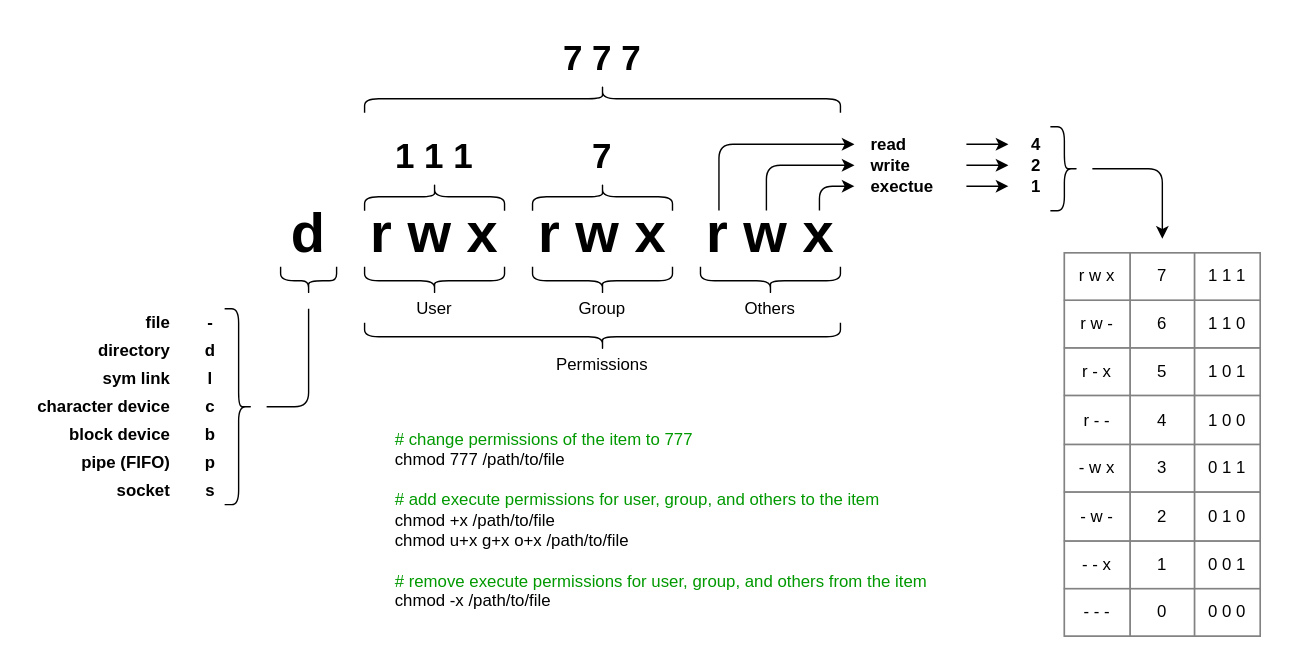
This is unix_rwx_cheat_pic/unix_rwx_transparent.svg from Turukmoorea/cheat_sheets, a draw.io export, as it was before one commit. Source tidied: cells renumbered, new cells last; positions are measured from the earlier drawing's top-left corner, leaving out a move shared by most shapes.
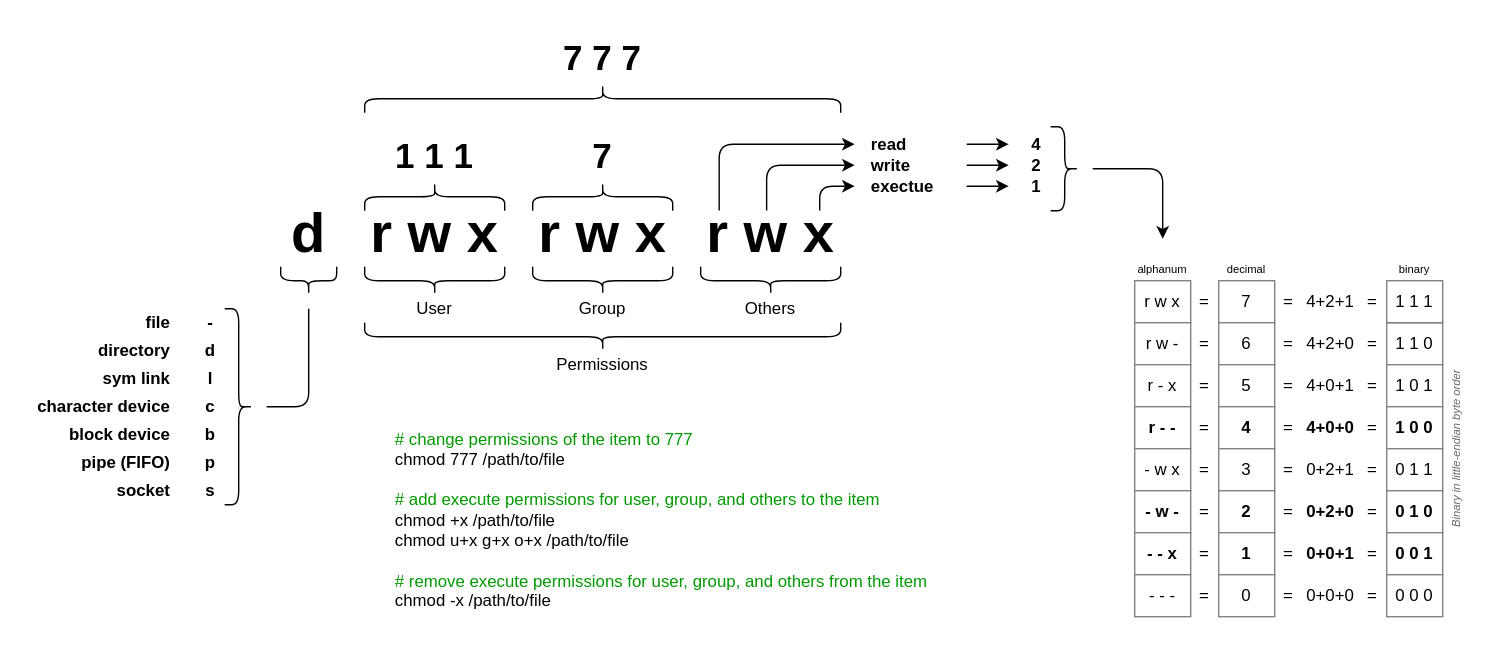
After the change.

Commit message:
update unix_rwx

Diff of the diagram source:
```diff
@@ -136,101 +136,2 @@
     </mxCell>
-    <mxCell id="44" style="shadow=0;fillColor=none;strokeWidth=1;strokeColor=#828282;" parent="1" vertex="1">
-      <mxGeometry x="740" y="280" width="140" height="274" as="geometry" />
-    </mxCell>
-    <mxCell id="45" style="shape=tableRow;horizontal=0;startSize=0;swimlaneHead=0;swimlaneBody=0;top=0;left=0;bottom=0;right=0;fontStyle=0;fillColor=none;strokeColor=#828282;" parent="44" vertex="1">
-      <mxGeometry width="140" height="34" as="geometry" />
-    </mxCell>
-    <mxCell id="46" value="r w x" style="strokeColor=#828282;fillColor=none;align=center;whiteSpace=wrap;html=1;" parent="45" vertex="1">
-      <mxGeometry width="47" height="34" as="geometry" />
-    </mxCell>
-    <mxCell id="47" value="7" style="strokeColor=#828282;fillColor=none;align=center;whiteSpace=wrap;html=1;" parent="45" vertex="1">
-      <mxGeometry x="47" width="46" height="34" as="geometry" />
-    </mxCell>
-    <mxCell id="48" value="1 1 1" style="strokeColor=#828282;fillColor=none;align=center;whiteSpace=wrap;html=1;" parent="45" vertex="1">
-      <mxGeometry x="93" width="47" height="34" as="geometry" />
-    </mxCell>
-    <mxCell id="49" style="shape=tableRow;horizontal=0;startSize=0;swimlaneHead=0;swimlaneBody=0;top=0;left=0;bottom=0;right=0;fontStyle=0;fillColor=none;strokeColor=#828282;" parent="44" vertex="1">
-      <mxGeometry y="34" width="140" height="34" as="geometry" />
-    </mxCell>
-    <mxCell id="50" value="r w -" style="strokeColor=#828282;fillColor=none;align=center;whiteSpace=wrap;html=1;" parent="49" vertex="1">
-      <mxGeometry width="47" height="34" as="geometry" />
-    </mxCell>
-    <mxCell id="51" value="6" style="strokeColor=#828282;fillColor=none;align=center;whiteSpace=wrap;html=1;" parent="49" vertex="1">
-      <mxGeometry x="47" width="46" height="34" as="geometry" />
-    </mxCell>
-    <mxCell id="52" value="1 1 0" style="strokeColor=#828282;fillColor=none;align=center;whiteSpace=wrap;html=1;" parent="49" vertex="1">
-      <mxGeometry x="93" width="47" height="34" as="geometry" />
-    </mxCell>
-    <mxCell id="53" style="shape=tableRow;horizontal=0;startSize=0;swimlaneHead=0;swimlaneBody=0;top=0;left=0;bottom=0;right=0;fontStyle=0;fillColor=none;strokeColor=#828282;" parent="44" vertex="1">
-      <mxGeometry y="68" width="140" height="34" as="geometry" />
-    </mxCell>
-    <mxCell id="54" value="r - x" style="strokeColor=#828282;fillColor=none;align=center;whiteSpace=wrap;html=1;" parent="53" vertex="1">
-      <mxGeometry width="47" height="34" as="geometry" />
-    </mxCell>
-    <mxCell id="55" value="5" style="strokeColor=#828282;fillColor=none;align=center;whiteSpace=wrap;html=1;" parent="53" vertex="1">
-      <mxGeometry x="47" width="46" height="34" as="geometry" />
-    </mxCell>
-    <mxCell id="56" value="1 0 1" style="strokeColor=#828282;fillColor=none;align=center;whiteSpace=wrap;html=1;" parent="53" vertex="1">
-      <mxGeometry x="93" width="47" height="34" as="geometry" />
-    </mxCell>
-    <mxCell id="57" style="shape=tableRow;horizontal=0;startSize=0;swimlaneHead=0;swimlaneBody=0;top=0;left=0;bottom=0;right=0;fontStyle=0;fillColor=none;strokeColor=#828282;" parent="44" vertex="1">
-      <mxGeometry y="102" width="140" height="35" as="geometry" />
-    </mxCell>
-    <mxCell id="58" value="r - -" style="strokeColor=#828282;fillColor=none;align=center;whiteSpace=wrap;html=1;" parent="57" vertex="1">
-      <mxGeometry width="47" height="35" as="geometry" />
-    </mxCell>
-    <mxCell id="59" value="4" style="strokeColor=#828282;fillColor=none;align=center;whiteSpace=wrap;html=1;" parent="57" vertex="1">
-      <mxGeometry x="47" width="46" height="35" as="geometry" />
-    </mxCell>
-    <mxCell id="60" value="1 0 0" style="strokeColor=#828282;fillColor=none;align=center;whiteSpace=wrap;html=1;" parent="57" vertex="1">
-      <mxGeometry x="93" width="47" height="35" as="geometry" />
-    </mxCell>
-    <mxCell id="61" style="shape=tableRow;horizontal=0;startSize=0;swimlaneHead=0;swimlaneBody=0;top=0;left=0;bottom=0;right=0;fontStyle=0;fillColor=none;strokeColor=#828282;" parent="44" vertex="1">
-      <mxGeometry y="137" width="140" height="34" as="geometry" />
-    </mxCell>
-    <mxCell id="62" value="- w x" style="strokeColor=#828282;fillColor=none;align=center;whiteSpace=wrap;html=1;" parent="61" vertex="1">
-      <mxGeometry width="47" height="34" as="geometry" />
-    </mxCell>
-    <mxCell id="63" value="3" style="strokeColor=#828282;fillColor=none;align=center;whiteSpace=wrap;html=1;" parent="61" vertex="1">
-      <mxGeometry x="47" width="46" height="34" as="geometry" />
-    </mxCell>
-    <mxCell id="64" value="0 1 1" style="strokeColor=#828282;fillColor=none;align=center;whiteSpace=wrap;html=1;" parent="61" vertex="1">
-      <mxGeometry x="93" width="47" height="34" as="geometry" />
-    </mxCell>
-    <mxCell id="65" style="shape=tableRow;horizontal=0;startSize=0;swimlaneHead=0;swimlaneBody=0;top=0;left=0;bottom=0;right=0;fontStyle=0;fillColor=none;strokeColor=#828282;" parent="44" vertex="1">
-      <mxGeometry y="171" width="140" height="35" as="geometry" />
-    </mxCell>
-    <mxCell id="66" value="- w -" style="strokeColor=#828282;fillColor=none;align=center;whiteSpace=wrap;html=1;" parent="65" vertex="1">
-      <mxGeometry width="47" height="35" as="geometry" />
-    </mxCell>
-    <mxCell id="67" value="2" style="strokeColor=#828282;fillColor=none;align=center;whiteSpace=wrap;html=1;" parent="65" vertex="1">
-      <mxGeometry x="47" width="46" height="35" as="geometry" />
-    </mxCell>
-    <mxCell id="68" value="0 1 0" style="strokeColor=#828282;fillColor=none;align=center;whiteSpace=wrap;html=1;" parent="65" vertex="1">
-      <mxGeometry x="93" width="47" height="35" as="geometry" />
-    </mxCell>
-    <mxCell id="69" style="shape=tableRow;horizontal=0;startSize=0;swimlaneHead=0;swimlaneBody=0;top=0;left=0;bottom=0;right=0;fontStyle=0;fillColor=none;strokeColor=#828282;" parent="44" vertex="1">
-      <mxGeometry y="206" width="140" height="34" as="geometry" />
-    </mxCell>
-    <mxCell id="70" value="- - x" style="strokeColor=#828282;fillColor=none;align=center;whiteSpace=wrap;html=1;" parent="69" vertex="1">
-      <mxGeometry width="47" height="34" as="geometry" />
-    </mxCell>
-    <mxCell id="71" value="1" style="strokeColor=#828282;fillColor=none;align=center;whiteSpace=wrap;html=1;" parent="69" vertex="1">
-      <mxGeometry x="47" width="46" height="34" as="geometry" />
-    </mxCell>
-    <mxCell id="72" value="0 0 1" style="strokeColor=#828282;fillColor=none;align=center;whiteSpace=wrap;html=1;" parent="69" vertex="1">
-      <mxGeometry x="93" width="47" height="34" as="geometry" />
-    </mxCell>
-    <mxCell id="73" style="shape=tableRow;horizontal=0;startSize=0;swimlaneHead=0;swimlaneBody=0;top=0;left=0;bottom=0;right=0;fontStyle=0;fillColor=none;strokeColor=#828282;" parent="44" vertex="1">
-      <mxGeometry y="240" width="140" height="34" as="geometry" />
-    </mxCell>
-    <mxCell id="74" value="- - -" style="strokeColor=#828282;fillColor=none;align=center;whiteSpace=wrap;html=1;" parent="73" vertex="1">
-      <mxGeometry width="47" height="34" as="geometry" />
-    </mxCell>
-    <mxCell id="75" value="0" style="strokeColor=#828282;fillColor=none;align=center;whiteSpace=wrap;html=1;" parent="73" vertex="1">
-      <mxGeometry x="47" width="46" height="34" as="geometry" />
-    </mxCell>
-    <mxCell id="76" value="0 0 0" style="strokeColor=#828282;fillColor=none;align=center;whiteSpace=wrap;html=1;" parent="73" vertex="1">
-      <mxGeometry x="93" width="47" height="34" as="geometry" />
-    </mxCell>
     <mxCell id="77" style="shape=curlyBracket;whiteSpace=wrap;html=1;rounded=1;labelPosition=left;verticalLabelPosition=middle;align=right;verticalAlign=middle;rotation=-180;" parent="1" vertex="1">
@@ -265,2 +166,203 @@
     </mxCell>
+    <mxCell id="85" value="alphanum" style="text;html=1;align=center;verticalAlign=bottom;whiteSpace=wrap;rounded=0;fontSize=8;" parent="1" vertex="1">
+      <mxGeometry x="790" y="280" width="40" height="20" as="geometry" />
+    </mxCell>
+    <mxCell id="86" value="decimal" style="text;html=1;align=center;verticalAlign=bottom;whiteSpace=wrap;rounded=0;fontSize=8;" parent="1" vertex="1">
+      <mxGeometry x="850" y="280" width="40" height="20" as="geometry" />
+    </mxCell>
+    <mxCell id="87" value="binary" style="text;html=1;align=center;verticalAlign=bottom;whiteSpace=wrap;rounded=0;fontSize=8;" parent="1" vertex="1">
+      <mxGeometry x="970" y="280" width="40" height="20" as="geometry" />
+    </mxCell>
+    <mxCell id="88" value="=" style="group;" parent="1" vertex="1">
+      <mxGeometry x="830" y="300" width="20" height="240" as="geometry" />
+    </mxCell>
+    <mxCell id="89" value="=" style="rounded=0;whiteSpace=wrap;html=1;strokeColor=none;" parent="88" vertex="1">
+      <mxGeometry width="20" height="30" as="geometry" />
+    </mxCell>
+    <mxCell id="90" value="=" style="rounded=0;whiteSpace=wrap;html=1;strokeColor=none;" parent="88" vertex="1">
+      <mxGeometry y="30" width="20" height="30" as="geometry" />
+    </mxCell>
+    <mxCell id="91" value="=" style="rounded=0;whiteSpace=wrap;html=1;strokeColor=none;" parent="88" vertex="1">
+      <mxGeometry y="60" width="20" height="30" as="geometry" />
+    </mxCell>
+    <mxCell id="92" value="=" style="rounded=0;whiteSpace=wrap;html=1;strokeColor=none;" parent="88" vertex="1">
+      <mxGeometry y="90" width="20" height="30" as="geometry" />
+    </mxCell>
+    <mxCell id="93" value="=" style="rounded=0;whiteSpace=wrap;html=1;strokeColor=none;" parent="88" vertex="1">
+      <mxGeometry y="120" width="20" height="30" as="geometry" />
+    </mxCell>
+    <mxCell id="94" value="=" style="rounded=0;whiteSpace=wrap;html=1;strokeColor=none;" parent="88" vertex="1">
+      <mxGeometry y="150" width="20" height="30" as="geometry" />
+    </mxCell>
+    <mxCell id="95" value="=" style="rounded=0;whiteSpace=wrap;html=1;strokeColor=none;" parent="88" vertex="1">
+      <mxGeometry y="180" width="20" height="30" as="geometry" />
+    </mxCell>
+    <mxCell id="96" value="=" style="rounded=0;whiteSpace=wrap;html=1;strokeColor=none;" parent="88" vertex="1">
+      <mxGeometry y="210" width="20" height="30" as="geometry" />
+    </mxCell>
+    <mxCell id="97" value="=" style="group;" parent="1" vertex="1">
+      <mxGeometry x="890" y="300" width="20" height="240" as="geometry" />
+    </mxCell>
+    <mxCell id="98" value="=" style="rounded=0;whiteSpace=wrap;html=1;strokeColor=none;" parent="97" vertex="1">
+      <mxGeometry width="20" height="30" as="geometry" />
+    </mxCell>
+    <mxCell id="99" value="=" style="rounded=0;whiteSpace=wrap;html=1;strokeColor=none;" parent="97" vertex="1">
+      <mxGeometry y="30" width="20" height="30" as="geometry" />
+    </mxCell>
+    <mxCell id="100" value="=" style="rounded=0;whiteSpace=wrap;html=1;strokeColor=none;" parent="97" vertex="1">
+      <mxGeometry y="60" width="20" height="30" as="geometry" />
+    </mxCell>
+    <mxCell id="101" value="=" style="rounded=0;whiteSpace=wrap;html=1;strokeColor=none;" parent="97" vertex="1">
+      <mxGeometry y="90" width="20" height="30" as="geometry" />
+    </mxCell>
+    <mxCell id="102" value="=" style="rounded=0;whiteSpace=wrap;html=1;strokeColor=none;" parent="97" vertex="1">
+      <mxGeometry y="120" width="20" height="30" as="geometry" />
+    </mxCell>
+    <mxCell id="103" value="=" style="rounded=0;whiteSpace=wrap;html=1;strokeColor=none;" parent="97" vertex="1">
+      <mxGeometry y="150" width="20" height="30" as="geometry" />
+    </mxCell>
+    <mxCell id="104" value="=" style="rounded=0;whiteSpace=wrap;html=1;strokeColor=none;" parent="97" vertex="1">
+      <mxGeometry y="180" width="20" height="30" as="geometry" />
+    </mxCell>
+    <mxCell id="105" value="=" style="rounded=0;whiteSpace=wrap;html=1;strokeColor=none;" parent="97" vertex="1">
+      <mxGeometry y="210" width="20" height="30" as="geometry" />
+    </mxCell>
+    <mxCell id="106" value="=" style="group;" parent="1" vertex="1">
+      <mxGeometry x="950" y="300" width="20" height="240" as="geometry" />
+    </mxCell>
+    <mxCell id="107" value="=" style="rounded=0;whiteSpace=wrap;html=1;strokeColor=none;" parent="106" vertex="1">
+      <mxGeometry width="20" height="30" as="geometry" />
+    </mxCell>
+    <mxCell id="108" value="=" style="rounded=0;whiteSpace=wrap;html=1;strokeColor=none;" parent="106" vertex="1">
+      <mxGeometry y="30" width="20" height="30" as="geometry" />
+    </mxCell>
+    <mxCell id="109" value="=" style="rounded=0;whiteSpace=wrap;html=1;strokeColor=none;" parent="106" vertex="1">
+      <mxGeometry y="60" width="20" height="30" as="geometry" />
+    </mxCell>
+    <mxCell id="110" value="=" style="rounded=0;whiteSpace=wrap;html=1;strokeColor=none;" parent="106" vertex="1">
+      <mxGeometry y="90" width="20" height="30" as="geometry" />
+    </mxCell>
+    <mxCell id="111" value="=" style="rounded=0;whiteSpace=wrap;html=1;strokeColor=none;" parent="106" vertex="1">
+      <mxGeometry y="120" width="20" height="30" as="geometry" />
+    </mxCell>
+    <mxCell id="112" value="=" style="rounded=0;whiteSpace=wrap;html=1;strokeColor=none;" parent="106" vertex="1">
+      <mxGeometry y="150" width="20" height="30" as="geometry" />
+    </mxCell>
+    <mxCell id="113" value="=" style="rounded=0;whiteSpace=wrap;html=1;strokeColor=none;" parent="106" vertex="1">
+      <mxGeometry y="180" width="20" height="30" as="geometry" />
+    </mxCell>
+    <mxCell id="114" value="=" style="rounded=0;whiteSpace=wrap;html=1;strokeColor=none;" parent="106" vertex="1">
+      <mxGeometry y="210" width="20" height="30" as="geometry" />
+    </mxCell>
+    <mxCell id="115" style="group;" parent="1" vertex="1">
+      <mxGeometry x="790" y="300" width="40" height="240" as="geometry" />
+    </mxCell>
+    <mxCell id="46" value="r w x" style="rounded=0;whiteSpace=wrap;html=1;strokeColor=#828282;" parent="115" vertex="1">
+      <mxGeometry width="40" height="30" as="geometry" />
+    </mxCell>
+    <mxCell id="50" value="r w -" style="rounded=0;whiteSpace=wrap;html=1;strokeColor=#828282;" parent="115" vertex="1">
+      <mxGeometry y="30" width="40" height="30" as="geometry" />
+    </mxCell>
+    <mxCell id="54" value="r - x" style="rounded=0;whiteSpace=wrap;html=1;strokeColor=#828282;" parent="115" vertex="1">
+      <mxGeometry y="60" width="40" height="30" as="geometry" />
+    </mxCell>
+    <mxCell id="58" value="&lt;b&gt;r - -&lt;/b&gt;" style="rounded=0;whiteSpace=wrap;html=1;strokeColor=#828282;" parent="115" vertex="1">
+      <mxGeometry y="90" width="40" height="30" as="geometry" />
+    </mxCell>
+    <mxCell id="62" value="- w x" style="rounded=0;whiteSpace=wrap;html=1;strokeColor=#828282;" parent="115" vertex="1">
+      <mxGeometry y="120" width="40" height="30" as="geometry" />
+    </mxCell>
+    <mxCell id="66" value="&lt;b&gt;- w -&lt;/b&gt;" style="rounded=0;whiteSpace=wrap;html=1;strokeColor=#828282;" parent="115" vertex="1">
+      <mxGeometry y="150" width="40" height="30" as="geometry" />
+    </mxCell>
+    <mxCell id="70" value="&lt;b&gt;- - x&lt;/b&gt;" style="rounded=0;whiteSpace=wrap;html=1;strokeColor=#828282;" parent="115" vertex="1">
+      <mxGeometry y="180" width="40" height="30" as="geometry" />
+    </mxCell>
+    <mxCell id="74" value="- - -" style="rounded=0;whiteSpace=wrap;html=1;strokeColor=#828282;" parent="115" vertex="1">
+      <mxGeometry y="210" width="40" height="30" as="geometry" />
+    </mxCell>
+    <mxCell id="116" style="group;" parent="1" vertex="1">
+      <mxGeometry x="970" y="300" width="40" height="240" as="geometry" />
+    </mxCell>
+    <mxCell id="52" value="1 1 0" style="rounded=0;whiteSpace=wrap;html=1;strokeColor=#828282;" parent="116" vertex="1">
+      <mxGeometry y="30" width="40" height="30" as="geometry" />
+    </mxCell>
+    <mxCell id="56" value="1 0 1" style="rounded=0;whiteSpace=wrap;html=1;strokeColor=#828282;" parent="116" vertex="1">
+      <mxGeometry y="60" width="40" height="30" as="geometry" />
+    </mxCell>
+    <mxCell id="60" value="&lt;b&gt;1 0 0&lt;/b&gt;" style="rounded=0;whiteSpace=wrap;html=1;strokeColor=#828282;" parent="116" vertex="1">
+      <mxGeometry y="90" width="40" height="30" as="geometry" />
+    </mxCell>
+    <mxCell id="64" value="0 1 1" style="rounded=0;whiteSpace=wrap;html=1;strokeColor=#828282;" parent="116" vertex="1">
+      <mxGeometry y="120" width="40" height="30" as="geometry" />
+    </mxCell>
+    <mxCell id="68" value="&lt;b&gt;0 1 0&lt;/b&gt;" style="rounded=0;whiteSpace=wrap;html=1;strokeColor=#828282;" parent="116" vertex="1">
+      <mxGeometry y="150" width="40" height="30" as="geometry" />
+    </mxCell>
+    <mxCell id="72" value="&lt;b&gt;0 0 1&lt;/b&gt;" style="rounded=0;whiteSpace=wrap;html=1;strokeColor=#828282;" parent="116" vertex="1">
+      <mxGeometry y="180" width="40" height="30" as="geometry" />
+    </mxCell>
+    <mxCell id="76" value="0 0 0" style="rounded=0;whiteSpace=wrap;html=1;strokeColor=#828282;" parent="116" vertex="1">
+      <mxGeometry y="210" width="40" height="30" as="geometry" />
+    </mxCell>
+    <mxCell id="48" value="1 1 1" style="rounded=0;whiteSpace=wrap;html=1;strokeColor=#828282;" parent="116" vertex="1">
+      <mxGeometry width="40" height="30" as="geometry" />
+    </mxCell>
+    <mxCell id="117" value="7" style="group;" parent="1" vertex="1">
+      <mxGeometry x="850" y="300" width="40" height="240" as="geometry" />
+    </mxCell>
+    <mxCell id="118" value="7" style="rounded=0;whiteSpace=wrap;html=1;strokeColor=#828282;" parent="117" vertex="1">
+      <mxGeometry width="40" height="30" as="geometry" />
+    </mxCell>
+    <mxCell id="51" value="6" style="rounded=0;whiteSpace=wrap;html=1;strokeColor=#828282;" parent="117" vertex="1">
+      <mxGeometry y="30" width="40" height="30" as="geometry" />
+    </mxCell>
+    <mxCell id="55" value="5" style="rounded=0;whiteSpace=wrap;html=1;strokeColor=#828282;" parent="117" vertex="1">
+      <mxGeometry y="60" width="40" height="30" as="geometry" />
+    </mxCell>
+    <mxCell id="59" value="&lt;b&gt;4&lt;/b&gt;" style="rounded=0;whiteSpace=wrap;html=1;strokeColor=#828282;" parent="117" vertex="1">
+      <mxGeometry y="90" width="40" height="30" as="geometry" />
+    </mxCell>
+    <mxCell id="63" value="3" style="rounded=0;whiteSpace=wrap;html=1;strokeColor=#828282;" parent="117" vertex="1">
+      <mxGeometry y="120" width="40" height="30" as="geometry" />
+    </mxCell>
+    <mxCell id="67" value="&lt;b&gt;2&lt;/b&gt;" style="rounded=0;whiteSpace=wrap;html=1;strokeColor=#828282;" parent="117" vertex="1">
+      <mxGeometry y="150" width="40" height="30" as="geometry" />
+    </mxCell>
+    <mxCell id="71" value="&lt;b&gt;1&lt;/b&gt;" style="rounded=0;whiteSpace=wrap;html=1;strokeColor=#828282;" parent="117" vertex="1">
+      <mxGeometry y="180" width="40" height="30" as="geometry" />
+    </mxCell>
+    <mxCell id="75" value="0" style="rounded=0;whiteSpace=wrap;html=1;strokeColor=#828282;" parent="117" vertex="1">
+      <mxGeometry y="210" width="40" height="30" as="geometry" />
+    </mxCell>
+    <mxCell id="119" style="group;strokeColor=none;" parent="1" vertex="1">
+      <mxGeometry x="910" y="300" width="40" height="240" as="geometry" />
+    </mxCell>
+    <mxCell id="120" value="4+2+0" style="rounded=0;whiteSpace=wrap;html=1;strokeColor=none;" parent="119" vertex="1">
+      <mxGeometry y="30" width="40" height="30" as="geometry" />
+    </mxCell>
+    <mxCell id="121" value="4+0+1" style="rounded=0;whiteSpace=wrap;html=1;strokeColor=none;" parent="119" vertex="1">
+      <mxGeometry y="60" width="40" height="30" as="geometry" />
+    </mxCell>
+    <mxCell id="122" value="&lt;b&gt;4+0+0&lt;/b&gt;" style="rounded=0;whiteSpace=wrap;html=1;strokeColor=none;" parent="119" vertex="1">
+      <mxGeometry y="90" width="40" height="30" as="geometry" />
+    </mxCell>
+    <mxCell id="123" value="0+2+1" style="rounded=0;whiteSpace=wrap;html=1;strokeColor=none;" parent="119" vertex="1">
+      <mxGeometry y="120" width="40" height="30" as="geometry" />
+    </mxCell>
+    <mxCell id="124" value="&lt;b&gt;0+2+0&lt;/b&gt;" style="rounded=0;whiteSpace=wrap;html=1;strokeColor=none;" parent="119" vertex="1">
+      <mxGeometry y="150" width="40" height="30" as="geometry" />
+    </mxCell>
+    <mxCell id="125" value="&lt;b&gt;0+0+1&lt;/b&gt;" style="rounded=0;whiteSpace=wrap;html=1;strokeColor=none;" parent="119" vertex="1">
+      <mxGeometry y="180" width="40" height="30" as="geometry" />
+    </mxCell>
+    <mxCell id="126" value="0+0+0" style="rounded=0;whiteSpace=wrap;html=1;strokeColor=none;" parent="119" vertex="1">
+      <mxGeometry y="210" width="40" height="30" as="geometry" />
+    </mxCell>
+    <mxCell id="127" value="4+2+1" style="rounded=0;whiteSpace=wrap;html=1;strokeColor=none;" parent="119" vertex="1">
+      <mxGeometry width="40" height="30" as="geometry" />
+    </mxCell>
+    <mxCell id="128" value="Binary in little-endian byte order" style="text;html=1;align=center;verticalAlign=middle;whiteSpace=wrap;rounded=0;fontSize=8;rotation=-90;fontStyle=2;fontColor=#666666;" parent="1" vertex="1">
+      <mxGeometry x="901.2" y="415" width="237" height="10" as="geometry" />
+    </mxCell>
   </root>
```
